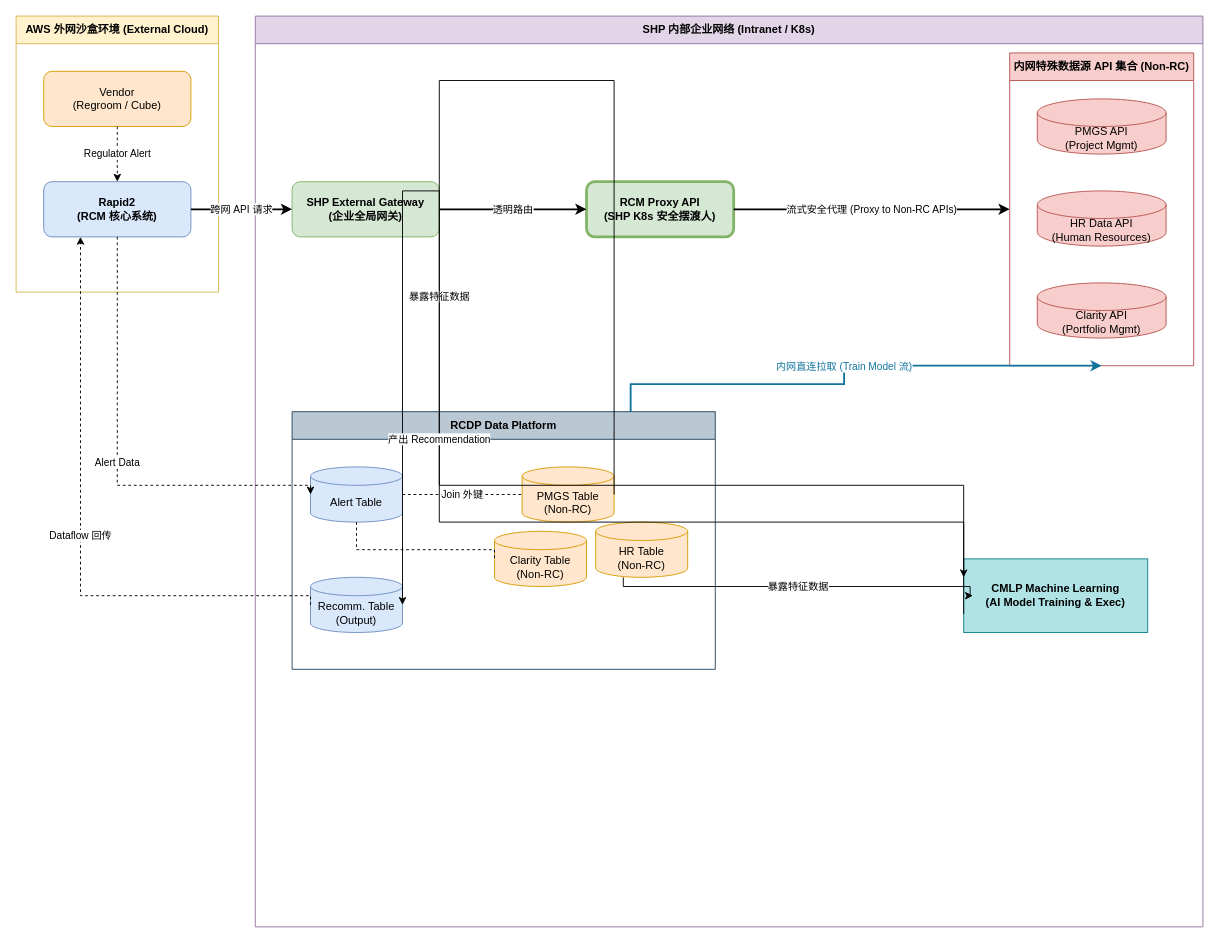
Earlier version of the draw.io diagram drawio/rcm_architecture.drawio (nvd11/f_store). Source tidied: cells renumbered, new cells numbered last; positions are measured from the earlier drawing's top-left corner, leaving out a move shared by most shapes. Both pictures are drawn from the tidied source at 92%, with x=0, y=0 at pixel (16, 16).
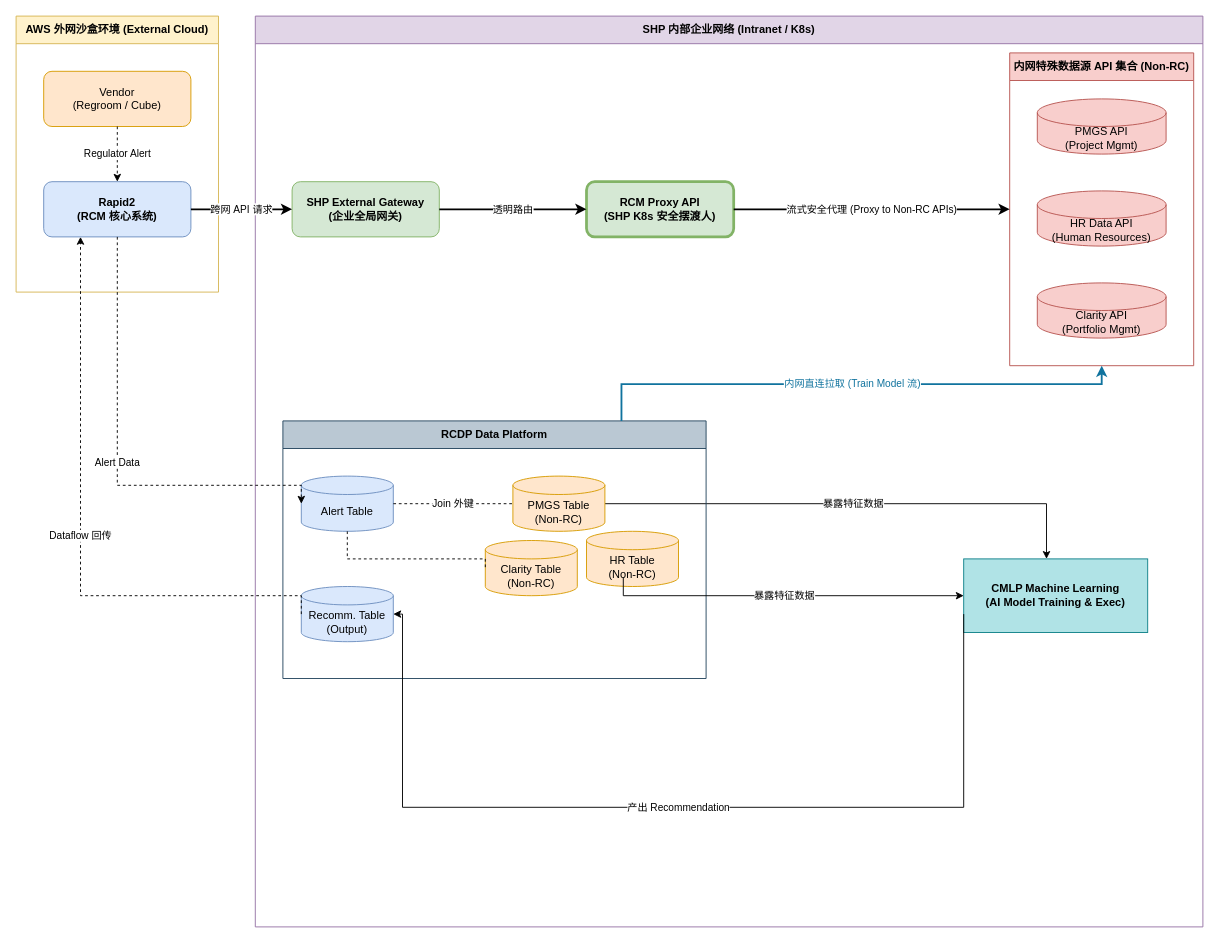
Above is the later version.

Unchanged cells that the change refers to:
```xml
<mxCell id="3" value="SHP 内部企业网络 (Intranet / K8s)" style="swimlane;whiteSpace=wrap;html=1;fillColor=#e1d5e7;strokeColor=#9673a6;startSize=30;fontStyle=1;" parent="1" vertex="1">
  <mxGeometry x="260" width="1030" height="990" as="geometry" />
</mxCell>
<mxCell id="10" value="CMLP Machine Learning&#10;(AI Model Training &amp; Exec)" style="rounded=0;whiteSpace=wrap;html=1;fillColor=#b0e3e6;strokeColor=#0e8088;fontStyle=1;" parent="3" vertex="1">
  <mxGeometry x="770" y="590" width="200" height="80" as="geometry" />
</mxCell>
<mxCell id="16" value="Recomm. Table&#10;(Output)" style="shape=cylinder3;whiteSpace=wrap;html=1;boundedLbl=1;backgroundOutline=1;size=10;fillColor=#dae8fc;strokeColor=#6c8ebf;" parent="14" vertex="1">
  <mxGeometry x="20" y="180" width="100" height="60" as="geometry" />
</mxCell>
<mxCell id="17" value="PMGS Table&#10;(Non-RC)" style="shape=cylinder3;whiteSpace=wrap;html=1;boundedLbl=1;backgroundOutline=1;size=10;fillColor=#ffe6cc;strokeColor=#d79b00;" parent="14" vertex="1">
  <mxGeometry x="250" y="60" width="100" height="60" as="geometry" />
</mxCell>
```

Change to the diagram source:
```diff
@@
+    <mxCell id="27" value="暴露特征数据" style="edgeStyle=orthogonalEdgeStyle;rounded=0;jettySize=auto;html=1;entryX=0;entryY=0.25;entryDx=0;entryDy=0;exitX=1;exitY=0.5;exitDx=0;exitDy=0;exitPerimeter=0;" parent="3" edge="1" source="17">
+      <mxGeometry relative="1" as="geometry">
+        <mxPoint x="860" y="590" as="targetPoint" />
+        <Array as="points">
+          <mxPoint x="860" y="530" />
+        </Array>
+      </mxGeometry>
+    </mxCell>
@@
     <mxCell id="14" value="RCDP Data Platform" style="swimlane;whiteSpace=wrap;html=1;fillColor=#bac8d3;strokeColor=#23445d;startSize=30;fontStyle=1;" parent="1" vertex="1">
-      <mxGeometry x="300" y="430" width="460" height="280" as="geometry" />
+      <mxGeometry x="290" y="440" width="460" height="280" as="geometry" />
     </mxCell>
@@
-    <mxCell id="27" value="暴露特征数据" style="edgeStyle=orthogonalEdgeStyle;rounded=0;jettySize=auto;html=1;exitX=1;exitY=0.5;exitDx=0;exitDy=0;exitPerimeter=0;entryX=0;entryY=0.25;entryDx=0;entryDy=0;" parent="1" edge="1" source="17" target="10">
-      <mxGeometry relative="1" as="geometry">
-        <Array as="points">
-          <mxPoint x="460" y="70" />
-          <mxPoint x="460" y="510" />
-        </Array>
-      </mxGeometry>
-    </mxCell>
     <mxCell id="28" value="产出 Recommendation" style="edgeStyle=orthogonalEdgeStyle;rounded=0;jettySize=auto;html=1;exitX=0;exitY=0.75;exitDx=0;exitDy=0;entryX=1;entryY=0.5;entryDx=0;entryDy=0;entryPerimeter=0;" parent="1" edge="1" source="10" target="16">
       <mxGeometry relative="1" as="geometry">
         <Array as="points">
-          <mxPoint x="460" y="550" />
-          <mxPoint x="460" y="190" />
+          <mxPoint x="1030" y="860" />
+          <mxPoint x="420" y="860" />
+          <mxPoint x="420" y="650" />
         </Array>
       </mxGeometry>
     </mxCell>
@@
     <mxCell id="30" value="暴露特征数据" style="edgeStyle=orthogonalEdgeStyle;rounded=0;orthogonalLoop=1;jettySize=auto;html=1;exitX=1;exitY=0.5;exitDx=0;exitDy=0;exitPerimeter=0;" parent="1" edge="1">
       <mxGeometry relative="1" as="geometry">
         <mxPoint x="660" y="610" as="sourcePoint" />
-        <mxPoint x="1040" y="630" as="targetPoint" />
+        <mxPoint x="1030" y="630" as="targetPoint" />
         <Array as="points">
-          <mxPoint x="660" y="620" />
-          <mxPoint x="1037" y="620" />
-          <mxPoint x="1037" y="630" />
+          <mxPoint x="660" y="630" />
         </Array>
       </mxGeometry>
     </mxCell>
```
